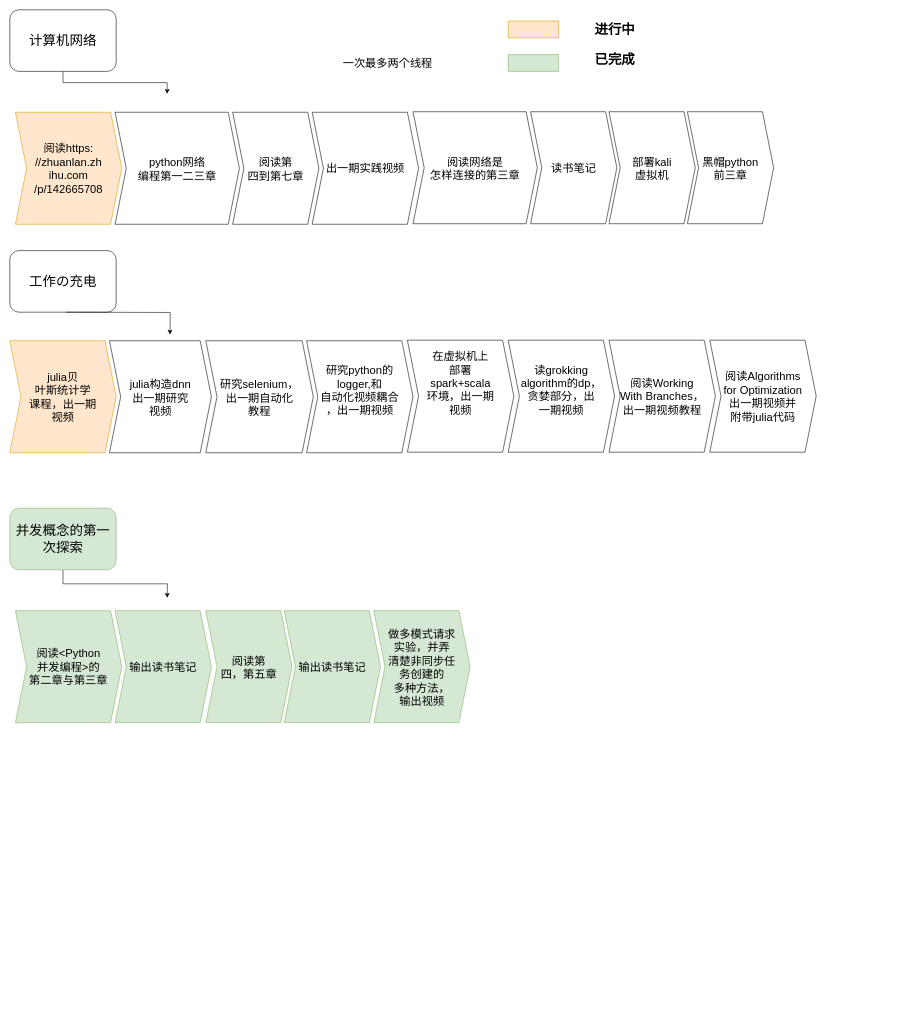
Earlier version of the draw.io diagram scheduler.drawio (xiaoniaoyouhuajiang/scheduler). Source tidied: cells renumbered, new cells numbered last; positions are measured from the earlier drawing's top-left corner, leaving out a move shared by most shapes. Both pictures are drawn from the tidied source at 56%, with x=0, y=0 at pixel (10, 10).
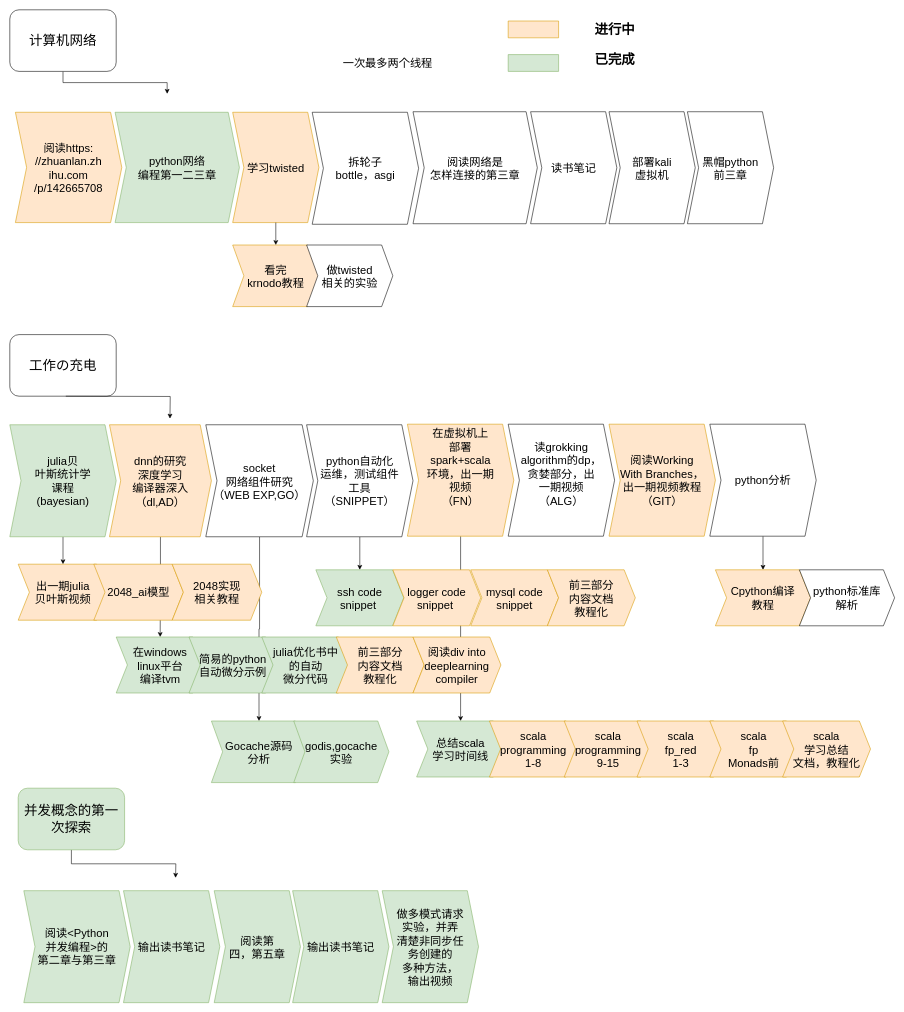
The same page after the edit.

The change refers to these unchanged cells:
```xml
<mxCell id="8" style="swimlane;horizontal=1;fillColor=none;strokeColor=none;stackBorder=10;align=center;fontColor=#000000;" parent="1" vertex="1">
  <mxGeometry x="530" y="150" width="210" height="243" as="geometry" />
</mxCell>
```

What changed in the source:
```diff
@@
     <mxCell id="4" style="swimlane;horizontal=1;fillColor=none;strokeColor=none;stackBorder=10;align=center;points=[];fontColor=#000000;" parent="1" vertex="1">
-      <mxGeometry y="150" width="562" height="243" as="geometry" />
+      <mxGeometry y="150" width="562" height="240" as="geometry" />
     </mxCell>
     <mxCell id="5" value="阅读https:&#10;//zhuanlan.zh&#10;ihu.com&#10;/p/142665708" style="shape=step;perimeter=stepPerimeter;fixedSize=1;whiteSpace=wrap;fontSize=20;fillColor=#ffe6cc;strokeColor=#d79b00;" parent="4" vertex="1">
-      <mxGeometry x="10" y="33" width="190" height="200" as="geometry" />
+      <mxGeometry x="10" y="33" width="190" height="197" as="geometry" />
     </mxCell>
-    <mxCell id="6" value="python网络&#10;编程第一二三章" style="shape=step;perimeter=stepPerimeter;fixedSize=1;fontSize=20;" parent="4" vertex="1">
-      <mxGeometry x="188" y="33" width="222" height="200" as="geometry" />
+    <mxCell id="6" value="python网络&#10;编程第一二三章" style="shape=step;perimeter=stepPerimeter;fixedSize=1;fontSize=20;fillColor=#d5e8d4;strokeColor=#82b366;" parent="4" vertex="1">
+      <mxGeometry x="188" y="33" width="222" height="197" as="geometry" />
     </mxCell>
-    <mxCell id="7" value="阅读第&#10;四到第七章" style="shape=step;perimeter=stepPerimeter;fixedSize=1;points=[];fontSize=20;" parent="4" vertex="1">
-      <mxGeometry x="398" y="33" width="154" height="200" as="geometry" />
+    <mxCell id="7" value="学习twisted" style="shape=step;perimeter=stepPerimeter;fixedSize=1;points=[];fontSize=20;fillColor=#ffe6cc;strokeColor=#d79b00;" parent="4" vertex="1">
+      <mxGeometry x="398" y="33" width="154" height="197" as="geometry" />
     </mxCell>
@@
-    <mxCell id="9" value="出一期实践视频" style="shape=step;perimeter=stepPerimeter;fixedSize=1;whiteSpace=wrap;fontSize=20;" parent="8" vertex="1">
+    <mxCell id="9" value="拆轮子&#10;bottle，asgi" style="shape=step;perimeter=stepPerimeter;fixedSize=1;whiteSpace=wrap;fontSize=20;" parent="8" vertex="1">
       <mxGeometry x="10" y="33" width="190" height="200" as="geometry" />
     </mxCell>
@@
     <mxCell id="14" style="edgeStyle=orthogonalEdgeStyle;rounded=0;jettySize=auto;html=1;exitX=0.5;exitY=1;exitDx=0;exitDy=0;" parent="1" edge="1" source="15">
       <mxGeometry relative="1" as="geometry">
-        <mxPoint x="281" y="1050" as="targetPoint" />
+        <mxPoint x="296" y="1550" as="targetPoint" />
       </mxGeometry>
     </mxCell>
     <mxCell id="15" value="&lt;font style=&quot;font-size: 24px&quot;&gt;并发概念的第一次探索&lt;/font&gt;" style="rounded=1;whiteSpace=wrap;html=1;fillColor=#d5e8d4;strokeColor=#82b366;" parent="1" vertex="1">
-      <mxGeometry y="890" width="190" height="110" as="geometry" />
+      <mxGeometry x="15" y="1390" width="190" height="110" as="geometry" />
     </mxCell>
     <mxCell id="16" value="阅读&lt;Python&#10;并发编程&gt;的&#10;第二章与第三章" style="shape=step;perimeter=stepPerimeter;fixedSize=1;whiteSpace=wrap;fontSize=20;fillColor=#d5e8d4;strokeColor=#82b366;" parent="1" vertex="1">
-      <mxGeometry x="10" y="1073" width="190" height="200" as="geometry" />
+      <mxGeometry x="25" y="1573" width="190" height="200" as="geometry" />
     </mxCell>
     <mxCell id="17" value="输出读书笔记" style="shape=step;perimeter=stepPerimeter;fixedSize=1;fontSize=20;fillColor=#d5e8d4;strokeColor=#82b366;" parent="1" vertex="1">
-      <mxGeometry x="188" y="1073" width="172" height="200" as="geometry" />
+      <mxGeometry x="203" y="1573" width="172" height="200" as="geometry" />
     </mxCell>
     <mxCell id="18" value="阅读第&#10;四，第五章" style="shape=step;perimeter=stepPerimeter;fixedSize=1;fontSize=20;fillColor=#d5e8d4;strokeColor=#82b366;" parent="1" vertex="1">
-      <mxGeometry x="350" y="1073" width="154" height="200" as="geometry" />
+      <mxGeometry x="365" y="1573" width="154" height="200" as="geometry" />
     </mxCell>
@@
     <mxCell id="20" value="输出读书笔记" style="shape=step;perimeter=stepPerimeter;fixedSize=1;fontSize=20;fillColor=#d5e8d4;strokeColor=#82b366;" parent="1" vertex="1">
-      <mxGeometry x="490" y="1073" width="172" height="200" as="geometry" />
+      <mxGeometry x="505" y="1573" width="172" height="200" as="geometry" />
     </mxCell>
@@
     <mxCell id="23" value="做多模式请求&#10;实验，并弄&#10;清楚非同步任&#10;务创建的&#10;多种方法，&#10;输出视频" style="shape=step;perimeter=stepPerimeter;fixedSize=1;fontSize=20;fillColor=#d5e8d4;strokeColor=#82b366;" parent="1" vertex="1">
-      <mxGeometry x="650" y="1073" width="172" height="200" as="geometry" />
+      <mxGeometry x="665" y="1573" width="172" height="200" as="geometry" />
     </mxCell>
+    <mxCell id="36" style="edgeStyle=orthogonalEdgeStyle;rounded=0;jettySize=auto;html=1;" parent="1" edge="1" source="24" target="45">
+      <mxGeometry relative="1" as="geometry" />
+    </mxCell>
-    <mxCell id="24" value="julia贝&#10;叶斯统计学&#10;课程，出一期&#10;视频" style="shape=step;perimeter=stepPerimeter;fixedSize=1;points=[];whiteSpace=wrap;fontSize=20;fillColor=#ffe6cc;strokeColor=#d79b00;" parent="1" vertex="1">
-      <mxGeometry y="591" width="190" height="200" as="geometry" />
+    <mxCell id="24" value="julia贝&#10;叶斯统计学&#10;课程&#10;(bayesian)" style="shape=step;perimeter=stepPerimeter;fixedSize=1;points=[];whiteSpace=wrap;fontSize=20;fillColor=#d5e8d4;strokeColor=#82b366;" parent="1" vertex="1">
+      <mxGeometry y="741" width="190" height="200" as="geometry" />
     </mxCell>
+    <mxCell id="37" style="edgeStyle=orthogonalEdgeStyle;rounded=0;jettySize=auto;html=1;" parent="1" edge="1" source="25" target="46">
+      <mxGeometry relative="1" as="geometry" />
+    </mxCell>
-    <mxCell id="25" value="julia构造dnn&#10;出一期研究&#10;视频" style="shape=step;perimeter=stepPerimeter;fixedSize=1;points=[];fontSize=20;" parent="1" vertex="1">
-      <mxGeometry x="178" y="591" width="182" height="200" as="geometry" />
+    <mxCell id="25" value="dnn的研究&#10;深度学习&#10;编译器深入&#10;（dl,AD）" style="shape=step;perimeter=stepPerimeter;fixedSize=1;points=[];fontSize=20;fillColor=#ffe6cc;strokeColor=#d79b00;" parent="1" vertex="1">
+      <mxGeometry x="178" y="741" width="182" height="200" as="geometry" />
     </mxCell>
+    <mxCell id="38" style="edgeStyle=orthogonalEdgeStyle;rounded=0;jettySize=auto;html=1;" parent="1" edge="1" source="26" target="64">
+      <mxGeometry relative="1" as="geometry" />
+    </mxCell>
-    <mxCell id="26" value="研究selenium，&#10;出一期自动化&#10;教程" style="shape=step;perimeter=stepPerimeter;fixedSize=1;points=[];fontSize=20;" parent="1" vertex="1">
-      <mxGeometry x="350" y="591" width="192" height="200" as="geometry" />
+    <mxCell id="26" value="socket&#10;网络组件研究&#10;（WEB EXP,GO）" style="shape=step;perimeter=stepPerimeter;fixedSize=1;points=[];fontSize=20;" parent="1" vertex="1">
+      <mxGeometry x="350" y="741" width="192" height="200" as="geometry" />
     </mxCell>
+    <mxCell id="39" style="edgeStyle=orthogonalEdgeStyle;rounded=0;jettySize=auto;html=1;" parent="1" edge="1" source="27" target="51">
+      <mxGeometry relative="1" as="geometry" />
+    </mxCell>
-    <mxCell id="27" value="研究python的&#10;logger,和&#10;自动化视频耦合&#10;，出一期视频&#10;" style="shape=step;perimeter=stepPerimeter;fixedSize=1;points=[];whiteSpace=wrap;fontSize=20;" parent="1" vertex="1">
-      <mxGeometry x="530" y="591" width="190" height="200" as="geometry" />
+    <mxCell id="27" value="python自动化&#10;运维，测试组件&#10;工具&#10;（SNIPPET）" style="shape=step;perimeter=stepPerimeter;fixedSize=1;points=[];whiteSpace=wrap;fontSize=20;" parent="1" vertex="1">
+      <mxGeometry x="530" y="741" width="190" height="200" as="geometry" />
     </mxCell>
+    <mxCell id="40" style="edgeStyle=orthogonalEdgeStyle;rounded=0;jettySize=auto;html=1;" parent="1" edge="1" source="28" target="55">
+      <mxGeometry relative="1" as="geometry" />
+    </mxCell>
-    <mxCell id="28" value="在虚拟机上&#10;部署&#10;spark+scala&#10;环境，出一期&#10;视频&#10;&#10;" style="shape=step;perimeter=stepPerimeter;fixedSize=1;points=[];whiteSpace=wrap;fontSize=20;" parent="1" vertex="1">
-      <mxGeometry x="710" y="590" width="190" height="200" as="geometry" />
+    <mxCell id="28" value="在虚拟机上&#10;部署&#10;spark+scala&#10;环境，出一期&#10;视频&#10;（FN）&#10;&#10;" style="shape=step;perimeter=stepPerimeter;fixedSize=1;points=[];whiteSpace=wrap;fontSize=20;fillColor=#ffe6cc;strokeColor=#d79b00;" parent="1" vertex="1">
+      <mxGeometry x="710" y="740" width="190" height="200" as="geometry" />
     </mxCell>
     <mxCell id="29" value="&lt;span style=&quot;font-size: 24px&quot;&gt;工作の充电&lt;/span&gt;" style="rounded=1;whiteSpace=wrap;html=1;" parent="1" vertex="1">
-      <mxGeometry y="430" width="190" height="110" as="geometry" />
+      <mxGeometry y="580" width="190" height="110" as="geometry" />
     </mxCell>
     <mxCell id="30" style="edgeStyle=orthogonalEdgeStyle;rounded=0;orthogonalLoop=1;jettySize=auto;html=1;exitX=0.5;exitY=1;exitDx=0;exitDy=0;" parent="1" edge="1">
       <mxGeometry relative="1" as="geometry">
-        <mxPoint x="100" y="540" as="sourcePoint" />
-        <mxPoint x="286" y="580" as="targetPoint" />
+        <mxPoint x="100" y="690" as="sourcePoint" />
+        <mxPoint x="286" y="730" as="targetPoint" />
       </mxGeometry>
     </mxCell>
@@
-    <mxCell id="33" value="读grokking &#10;algorithm的dp，&#10;贪婪部分，出&#10;一期视频&#10;" style="shape=step;perimeter=stepPerimeter;fixedSize=1;whiteSpace=wrap;fontSize=20;" parent="1" vertex="1">
-      <mxGeometry x="890" y="590" width="190" height="200" as="geometry" />
+    <mxCell id="33" value="读grokking &#10;algorithm的dp，&#10;贪婪部分，出&#10;一期视频&#10;（ALG）&#10;" style="shape=step;perimeter=stepPerimeter;fixedSize=1;whiteSpace=wrap;fontSize=20;" parent="1" vertex="1">
+      <mxGeometry x="890" y="740" width="190" height="200" as="geometry" />
     </mxCell>
-    <mxCell id="34" value="阅读Working &#10;With Branches，&#10;出一期视频教程" style="shape=step;perimeter=stepPerimeter;fixedSize=1;whiteSpace=wrap;fontSize=20;" parent="1" vertex="1">
-      <mxGeometry x="1070" y="590" width="190" height="200" as="geometry" />
+    <mxCell id="34" value="阅读Working &#10;With Branches，&#10;出一期视频教程&#10;（GIT）" style="shape=step;perimeter=stepPerimeter;fixedSize=1;whiteSpace=wrap;fontSize=20;fillColor=#ffe6cc;strokeColor=#d79b00;" parent="1" vertex="1">
+      <mxGeometry x="1070" y="740" width="190" height="200" as="geometry" />
     </mxCell>
+    <mxCell id="41" style="edgeStyle=orthogonalEdgeStyle;rounded=0;jettySize=auto;html=1;" parent="1" edge="1" source="35" target="63">
+      <mxGeometry relative="1" as="geometry" />
+    </mxCell>
-    <mxCell id="35" value="阅读Algorithms &#10;for Optimization&#10;出一期视频并&#10;附带julia代码" style="shape=step;perimeter=stepPerimeter;fixedSize=1;points=[];whiteSpace=wrap;fontSize=20;" parent="1" vertex="1">
-      <mxGeometry x="1250" y="590" width="190" height="200" as="geometry" />
+    <mxCell id="35" value="python分析" style="shape=step;perimeter=stepPerimeter;fixedSize=1;points=[];whiteSpace=wrap;fontSize=20;" parent="1" vertex="1">
+      <mxGeometry x="1250" y="740" width="190" height="200" as="geometry" />
     </mxCell>
+    <mxCell id="42" value="看完&#10;krnodo教程" style="shape=step;perimeter=stepPerimeter;fixedSize=1;points=[];fontSize=20;fillColor=#ffe6cc;strokeColor=#d79b00;" parent="1" vertex="1">
+      <mxGeometry x="398" y="420" width="154" height="110" as="geometry" />
+    </mxCell>
+    <mxCell id="43" style="edgeStyle=orthogonalEdgeStyle;rounded=0;jettySize=auto;html=1;" parent="1" edge="1" source="7" target="42">
+      <mxGeometry relative="1" as="geometry" />
+    </mxCell>
+    <mxCell id="44" value="做twisted&#10;相关的实验" style="shape=step;perimeter=stepPerimeter;fixedSize=1;fontSize=20;" parent="1" vertex="1">
+      <mxGeometry x="530" y="420" width="154" height="110" as="geometry" />
+    </mxCell>
+    <mxCell id="45" value="出一期julia&#10;贝叶斯视频" style="shape=step;perimeter=stepPerimeter;fixedSize=1;points=[];whiteSpace=wrap;fontSize=20;fillColor=#ffe6cc;strokeColor=#d79b00;" parent="1" vertex="1">
+      <mxGeometry x="15" y="990" width="160" height="100" as="geometry" />
+    </mxCell>
+    <mxCell id="46" value="在windows&#10;linux平台&#10;编译tvm" style="shape=step;perimeter=stepPerimeter;fixedSize=1;points=[];fontSize=20;fillColor=#d5e8d4;strokeColor=#82b366;" parent="1" vertex="1">
+      <mxGeometry x="190" y="1120" width="157" height="100" as="geometry" />
+    </mxCell>
+    <mxCell id="47" value="简易的python&#10;自动微分示例" style="shape=step;perimeter=stepPerimeter;fixedSize=1;fontSize=20;fillColor=#d5e8d4;strokeColor=#82b366;" parent="1" vertex="1">
+      <mxGeometry x="320" y="1120" width="157" height="100" as="geometry" />
+    </mxCell>
+    <mxCell id="48" value="julia优化书中&#10;的自动&#10;微分代码" style="shape=step;perimeter=stepPerimeter;fixedSize=1;fontSize=20;fillColor=#d5e8d4;strokeColor=#82b366;" parent="1" vertex="1">
+      <mxGeometry x="450" y="1120" width="157" height="100" as="geometry" />
+    </mxCell>
+    <mxCell id="49" value="前三部分&#10;内容文档&#10;教程化" style="shape=step;perimeter=stepPerimeter;fixedSize=1;fontSize=20;fillColor=#ffe6cc;strokeColor=#d79b00;" parent="1" vertex="1">
+      <mxGeometry x="583" y="1120" width="157" height="100" as="geometry" />
+    </mxCell>
+    <mxCell id="50" value="阅读div into&#10;deeplearning&#10;compiler" style="shape=step;perimeter=stepPerimeter;fixedSize=1;fontSize=20;fillColor=#ffe6cc;strokeColor=#d79b00;" parent="1" vertex="1">
+      <mxGeometry x="720" y="1120" width="157" height="100" as="geometry" />
+    </mxCell>
+    <mxCell id="51" value="ssh code&#10;snippet " style="shape=step;perimeter=stepPerimeter;fixedSize=1;points=[];fontSize=20;fillColor=#d5e8d4;strokeColor=#82b366;" parent="1" vertex="1">
+      <mxGeometry x="546.5" y="1000" width="157" height="100" as="geometry" />
+    </mxCell>
+    <mxCell id="52" value="logger code&#10;snippet " style="shape=step;perimeter=stepPerimeter;fixedSize=1;fontSize=20;fillColor=#ffe6cc;strokeColor=#d79b00;" parent="1" vertex="1">
+      <mxGeometry x="684" y="1000" width="157" height="100" as="geometry" />
+    </mxCell>
+    <mxCell id="53" value="mysql code&#10;snippet" style="shape=step;perimeter=stepPerimeter;fixedSize=1;fontSize=20;fillColor=#ffe6cc;strokeColor=#d79b00;" parent="1" vertex="1">
+      <mxGeometry x="823" y="1000" width="157" height="100" as="geometry" />
+    </mxCell>
+    <mxCell id="54" value="前三部分&#10;内容文档&#10;教程化" style="shape=step;perimeter=stepPerimeter;fixedSize=1;fontSize=20;fillColor=#ffe6cc;strokeColor=#d79b00;" parent="1" vertex="1">
+      <mxGeometry x="960" y="1000" width="157" height="100" as="geometry" />
+    </mxCell>
+    <mxCell id="55" value="总结scala&#10;学习时间线" style="shape=step;perimeter=stepPerimeter;fixedSize=1;points=[];fontSize=20;fillColor=#d5e8d4;strokeColor=#82b366;" parent="1" vertex="1">
+      <mxGeometry x="726.5" y="1270" width="157" height="100" as="geometry" />
+    </mxCell>
+    <mxCell id="56" value="scala &#10;programming&#10;1-8" style="shape=step;perimeter=stepPerimeter;fixedSize=1;fontSize=20;fillColor=#ffe6cc;strokeColor=#d79b00;" parent="1" vertex="1">
+      <mxGeometry x="856.5" y="1270" width="157" height="100" as="geometry" />
+    </mxCell>
+    <mxCell id="57" value="scala &#10;programming&#10;9-15" style="shape=step;perimeter=stepPerimeter;fixedSize=1;fontSize=20;fillColor=#ffe6cc;strokeColor=#d79b00;" parent="1" vertex="1">
+      <mxGeometry x="990" y="1270" width="157" height="100" as="geometry" />
+    </mxCell>
+    <mxCell id="58" value="scala &#10;fp_red&#10;1-3" style="shape=step;perimeter=stepPerimeter;fixedSize=1;fontSize=20;fillColor=#ffe6cc;strokeColor=#d79b00;" parent="1" vertex="1">
+      <mxGeometry x="1120" y="1270" width="157" height="100" as="geometry" />
+    </mxCell>
+    <mxCell id="59" value="scala &#10;fp&#10;Monads前" style="shape=step;perimeter=stepPerimeter;fixedSize=1;fontSize=20;fillColor=#ffe6cc;strokeColor=#d79b00;" parent="1" vertex="1">
+      <mxGeometry x="1250" y="1270" width="157" height="100" as="geometry" />
+    </mxCell>
+    <mxCell id="60" value="scala &#10;学习总结&#10;文档，教程化" style="shape=step;perimeter=stepPerimeter;fixedSize=1;fontSize=20;fillColor=#ffe6cc;strokeColor=#d79b00;" parent="1" vertex="1">
+      <mxGeometry x="1380" y="1270" width="157" height="100" as="geometry" />
+    </mxCell>
+    <mxCell id="61" value="2048_ai模型" style="shape=step;perimeter=stepPerimeter;fixedSize=1;whiteSpace=wrap;fontSize=20;fillColor=#ffe6cc;strokeColor=#d79b00;" parent="1" vertex="1">
+      <mxGeometry x="150" y="990" width="160" height="100" as="geometry" />
+    </mxCell>
+    <mxCell id="62" value="2048实现&#10;相关教程" style="shape=step;perimeter=stepPerimeter;fixedSize=1;whiteSpace=wrap;fontSize=20;fillColor=#ffe6cc;strokeColor=#d79b00;" parent="1" vertex="1">
+      <mxGeometry x="290" y="990" width="160" height="100" as="geometry" />
+    </mxCell>
+    <mxCell id="63" value="Cpython编译&#10;教程" style="shape=step;perimeter=stepPerimeter;fixedSize=1;points=[];whiteSpace=wrap;fontSize=20;fillColor=#ffe6cc;strokeColor=#d79b00;" parent="1" vertex="1">
+      <mxGeometry x="1260" y="1000" width="170" height="100" as="geometry" />
+    </mxCell>
+    <mxCell id="64" value="Gocache源码&#10;分析" style="shape=step;perimeter=stepPerimeter;fixedSize=1;points=[];fontSize=20;fillColor=#d5e8d4;strokeColor=#82b366;" parent="1" vertex="1">
+      <mxGeometry x="360" y="1270" width="170" height="110" as="geometry" />
+    </mxCell>
+    <mxCell id="65" value="python标准库&#10;解析" style="shape=step;perimeter=stepPerimeter;fixedSize=1;whiteSpace=wrap;fontSize=20;" parent="1" vertex="1">
+      <mxGeometry x="1410" y="1000" width="170" height="100" as="geometry" />
+    </mxCell>
+    <mxCell id="66" value="godis,gocache&#10;实验" style="shape=step;perimeter=stepPerimeter;fixedSize=1;fontSize=20;fillColor=#d5e8d4;strokeColor=#82b366;" parent="1" vertex="1">
+      <mxGeometry x="507" y="1270" width="170" height="110" as="geometry" />
+    </mxCell>
```
